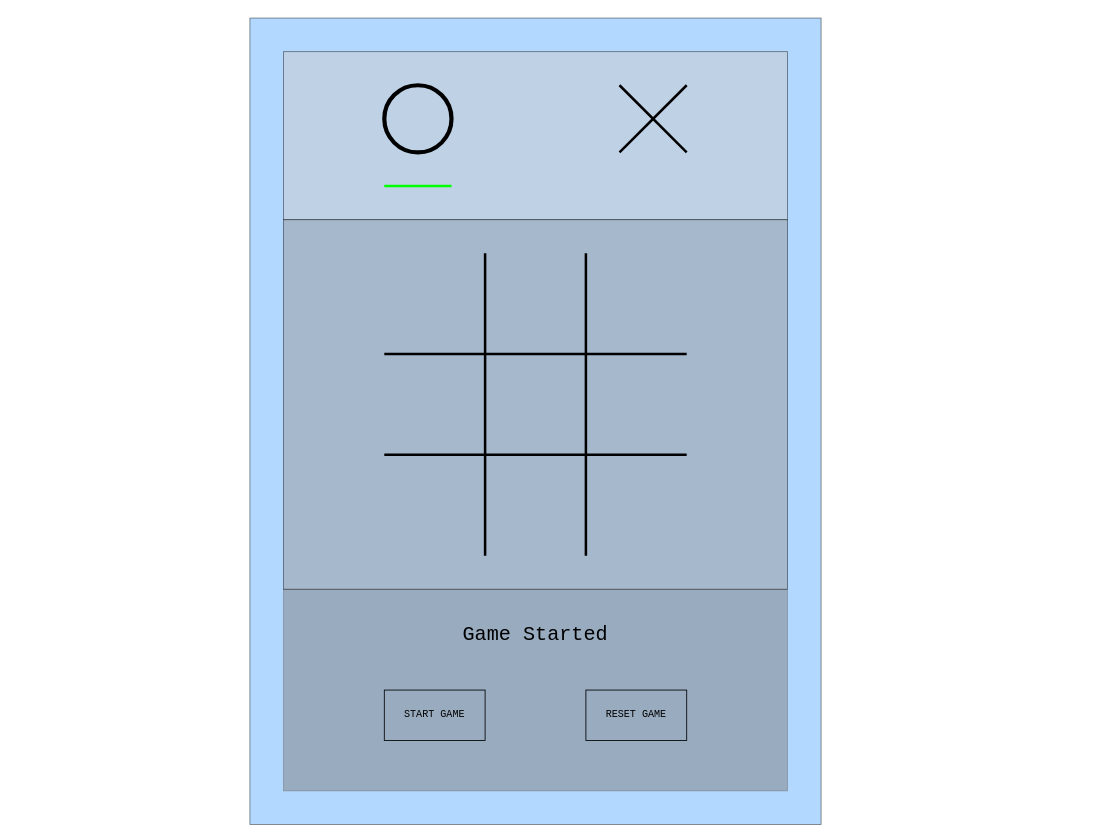
Earlier version of the draw.io diagram python/ttt/tictactoe.drawio (mrhillsman/eightytwenty). Source tidied: cells renumbered, new cells numbered last; positions are measured from the earlier drawing's top-left corner, leaving out a move shared by most shapes. Both pictures are drawn from the tidied source at 84%, with x=0, y=0 at pixel (249, 18).
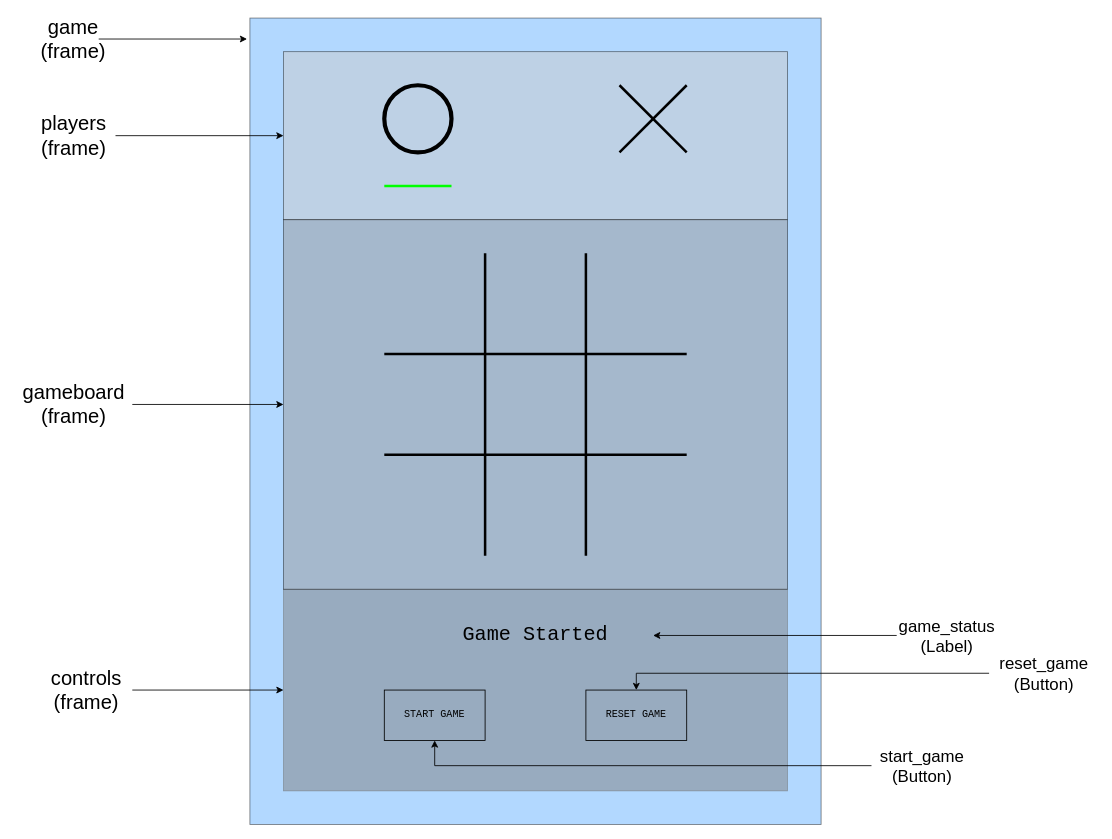
The same diagram, later.

Commit message (it also covers changes not shown here):
Update tic-tac-toe

Unchanged cells that the change refers to:
```xml
<mxCell id="2" style="rounded=0;whiteSpace=wrap;html=1;fillColor=#66B2FF;opacity=50;" parent="1" vertex="1">
  <mxGeometry width="680" height="960" as="geometry" />
</mxCell>
<mxCell id="3" style="rounded=0;whiteSpace=wrap;html=1;fillColor=#808080;fontColor=#333333;strokeColor=#666666;opacity=50;" parent="1" vertex="1">
  <mxGeometry x="40" y="680" width="600" height="240" as="geometry" />
</mxCell>
<mxCell id="4" style="rounded=0;whiteSpace=wrap;html=1;opacity=50;fillColor=#999999;" parent="1" vertex="1">
  <mxGeometry x="40" y="240" width="600" height="440" as="geometry" />
</mxCell>
<mxCell id="5" style="rounded=0;whiteSpace=wrap;html=1;fillColor=#CCCCCC;opacity=50;" parent="1" vertex="1">
  <mxGeometry x="40" y="40" width="600" height="200" as="geometry" />
</mxCell>
<mxCell id="23" value="START GAME" style="rounded=0;whiteSpace=wrap;html=1;fillColor=none;fontFamily=Courier New;" parent="1" vertex="1">
  <mxGeometry x="160" y="800" width="120" height="60" as="geometry" />
</mxCell>
<mxCell id="24" value="RESET GAME" style="rounded=0;whiteSpace=wrap;html=1;fillColor=none;fontFamily=Courier New;" parent="1" vertex="1">
  <mxGeometry x="400" y="800" width="120" height="60" as="geometry" />
</mxCell>
<mxCell id="25" value="Game Started" style="text;html=1;strokeColor=none;fillColor=none;align=center;verticalAlign=middle;whiteSpace=wrap;rounded=0;fontFamily=Courier New;fontSize=24;" parent="1" vertex="1">
  <mxGeometry x="200" y="720" width="280" height="30" as="geometry" />
</mxCell>
```

Diff of the diagram source:
```diff
@@
-    <mxCell id="20" style="endArrow=none;html=1;rounded=0;strokeWidth=3;" parent="1" edge="1">
-      <mxGeometry relative="1" as="geometry">
-        <mxPoint x="440" y="160" as="sourcePoint" />
-        <mxPoint x="520" y="80" as="targetPoint" />
-      </mxGeometry>
-    </mxCell>
-    <mxCell id="21" style="endArrow=none;html=1;rounded=0;strokeWidth=3;" parent="1" edge="1">
-      <mxGeometry relative="1" as="geometry">
-        <mxPoint x="440" y="80" as="sourcePoint" />
-        <mxPoint x="520" y="160" as="targetPoint" />
-      </mxGeometry>
-    </mxCell>
@@
+    <mxCell id="26" style="edgeStyle=orthogonalEdgeStyle;rounded=0;jettySize=auto;html=1;entryX=-0.005;entryY=0.026;entryDx=0;entryDy=0;entryPerimeter=0;" parent="1" edge="1" source="27" target="2">
+      <mxGeometry relative="1" as="geometry" />
+    </mxCell>
+    <mxCell id="27" value="&lt;div style=&quot;font-size: 24px;&quot;&gt;game&lt;/div&gt;&lt;div style=&quot;font-size: 24px;&quot;&gt;(frame)&lt;br style=&quot;font-size: 24px;&quot;&gt;&lt;/div&gt;" style="text;html=1;strokeColor=none;fillColor=none;align=center;verticalAlign=middle;whiteSpace=wrap;rounded=0;fontSize=24;" parent="1" vertex="1">
+      <mxGeometry x="-240" y="10" width="60" height="30" as="geometry" />
+    </mxCell>
+    <mxCell id="28" style="edgeStyle=orthogonalEdgeStyle;rounded=0;jettySize=auto;html=1;entryX=0;entryY=0.5;entryDx=0;entryDy=0;" parent="1" edge="1" source="29" target="5">
+      <mxGeometry relative="1" as="geometry" />
+    </mxCell>
+    <mxCell id="29" value="&lt;div&gt;&lt;font style=&quot;font-size: 24px;&quot;&gt;players&lt;/font&gt;&lt;/div&gt;&lt;div&gt;&lt;font style=&quot;font-size: 24px;&quot;&gt;(frame)&lt;br&gt;&lt;/font&gt;&lt;/div&gt;" style="text;html=1;align=center;verticalAlign=middle;points=[];strokeColor=none;fillColor=none;" parent="1" vertex="1">
+      <mxGeometry x="-260" y="105" width="100" height="70" as="geometry" />
+    </mxCell>
+    <mxCell id="30" style="edgeStyle=orthogonalEdgeStyle;rounded=0;jettySize=auto;html=1;entryX=0;entryY=0.5;entryDx=0;entryDy=0;" parent="1" edge="1" source="31" target="4">
+      <mxGeometry relative="1" as="geometry" />
+    </mxCell>
+    <mxCell id="31" value="&lt;div&gt;&lt;font style=&quot;font-size: 24px;&quot;&gt;gameboard&lt;/font&gt;&lt;/div&gt;&lt;div&gt;&lt;font style=&quot;font-size: 24px;&quot;&gt;(frame)&lt;br&gt;&lt;/font&gt;&lt;/div&gt;" style="text;html=1;align=center;verticalAlign=middle;points=[];strokeColor=none;fillColor=none;" parent="1" vertex="1">
+      <mxGeometry x="-280" y="425" width="140" height="70" as="geometry" />
+    </mxCell>
+    <mxCell id="32" style="edgeStyle=orthogonalEdgeStyle;rounded=0;jettySize=auto;html=1;" parent="1" edge="1" source="33" target="3">
+      <mxGeometry relative="1" as="geometry" />
+    </mxCell>
+    <mxCell id="33" value="controls&lt;br style=&quot;font-size: 24px;&quot;&gt;&lt;div style=&quot;font-size: 24px;&quot;&gt;&lt;font style=&quot;font-size: 24px;&quot;&gt;(frame)&lt;br style=&quot;font-size: 24px;&quot;&gt;&lt;/font&gt;&lt;/div&gt;" style="text;html=1;align=center;verticalAlign=middle;points=[];strokeColor=none;fillColor=none;fontSize=24;" parent="1" vertex="1">
+      <mxGeometry x="-250" y="765" width="110" height="70" as="geometry" />
+    </mxCell>
+    <mxCell id="34" style="edgeStyle=orthogonalEdgeStyle;rounded=0;jettySize=auto;html=1;entryX=1;entryY=0.5;entryDx=0;entryDy=0;" parent="1" edge="1" source="35" target="25">
+      <mxGeometry relative="1" as="geometry" />
+    </mxCell>
+    <mxCell id="35" value="&lt;div style=&quot;font-size: 20px;&quot;&gt;game_status&lt;/div&gt;&lt;div style=&quot;font-size: 20px;&quot;&gt;(Label)&lt;br style=&quot;font-size: 20px;&quot;&gt;&lt;/div&gt;" style="text;html=1;strokeColor=none;fillColor=none;align=center;verticalAlign=middle;whiteSpace=wrap;rounded=0;fontSize=20;" parent="1" vertex="1">
+      <mxGeometry x="770" y="720" width="120" height="30" as="geometry" />
+    </mxCell>
+    <mxCell id="36" style="edgeStyle=orthogonalEdgeStyle;rounded=0;jettySize=auto;html=1;entryX=0.5;entryY=1;entryDx=0;entryDy=0;" parent="1" edge="1" source="37" target="23">
+      <mxGeometry relative="1" as="geometry" />
+    </mxCell>
+    <mxCell id="37" value="&lt;font style=&quot;font-size: 20px;&quot;&gt;start_game&lt;br&gt;(Button)&lt;br&gt;&lt;/font&gt;" style="text;html=1;align=center;verticalAlign=middle;points=[];strokeColor=none;fillColor=none;" parent="1" vertex="1">
+      <mxGeometry x="740" y="860" width="120" height="60" as="geometry" />
+    </mxCell>
+    <mxCell id="38" style="edgeStyle=orthogonalEdgeStyle;rounded=0;jettySize=auto;html=1;entryX=0.5;entryY=0;entryDx=0;entryDy=0;" parent="1" edge="1" source="39" target="24">
+      <mxGeometry relative="1" as="geometry" />
+    </mxCell>
+    <mxCell id="39" value="&lt;font style=&quot;font-size: 20px;&quot;&gt;reset_game&lt;br&gt;(Button)&lt;br&gt;&lt;/font&gt;" style="text;html=1;align=center;verticalAlign=middle;points=[];strokeColor=none;fillColor=none;" parent="1" vertex="1">
+      <mxGeometry x="880" y="750" width="130" height="60" as="geometry" />
+    </mxCell>
+    <mxCell id="40" style="group;" parent="1" vertex="1">
+      <mxGeometry x="440" y="80" width="80" height="80" as="geometry" />
+    </mxCell>
+    <mxCell id="20" style="endArrow=none;html=1;rounded=0;strokeWidth=3;" parent="40" edge="1">
+      <mxGeometry relative="1" as="geometry">
+        <mxPoint y="80" as="sourcePoint" />
+        <mxPoint x="80" as="targetPoint" />
+      </mxGeometry>
+    </mxCell>
+    <mxCell id="21" style="endArrow=none;html=1;rounded=0;strokeWidth=3;" parent="40" edge="1">
+      <mxGeometry relative="1" as="geometry">
+        <mxPoint as="sourcePoint" />
+        <mxPoint x="80" y="80" as="targetPoint" />
+      </mxGeometry>
+    </mxCell>
```
